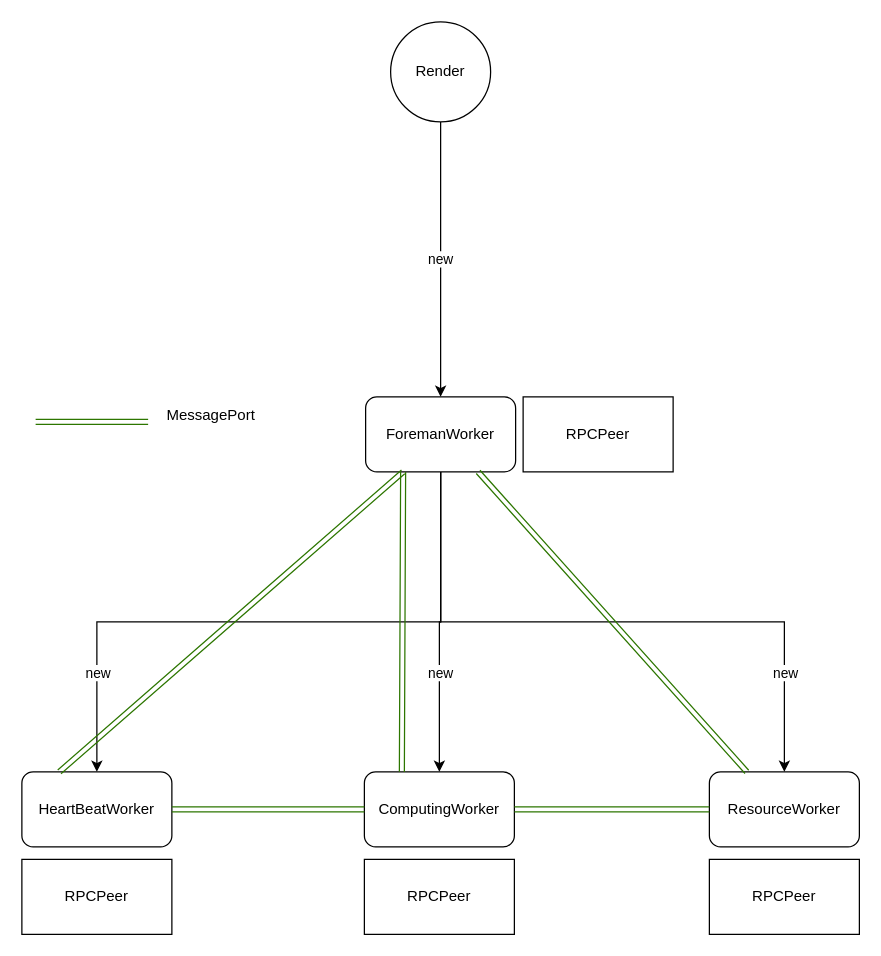
Above: page "创建结构" (1 of 2) of src/webworker.drawio in akeboshi1/phaser-test (draw.io), before the change. Source tidied: cells renumbered, new cells numbered last; positions are measured from the earlier drawing's top-left corner, leaving out a move shared by most shapes. Both pictures are drawn from the tidied source at 125%, with x=0, y=0 at pixel (21, 21).
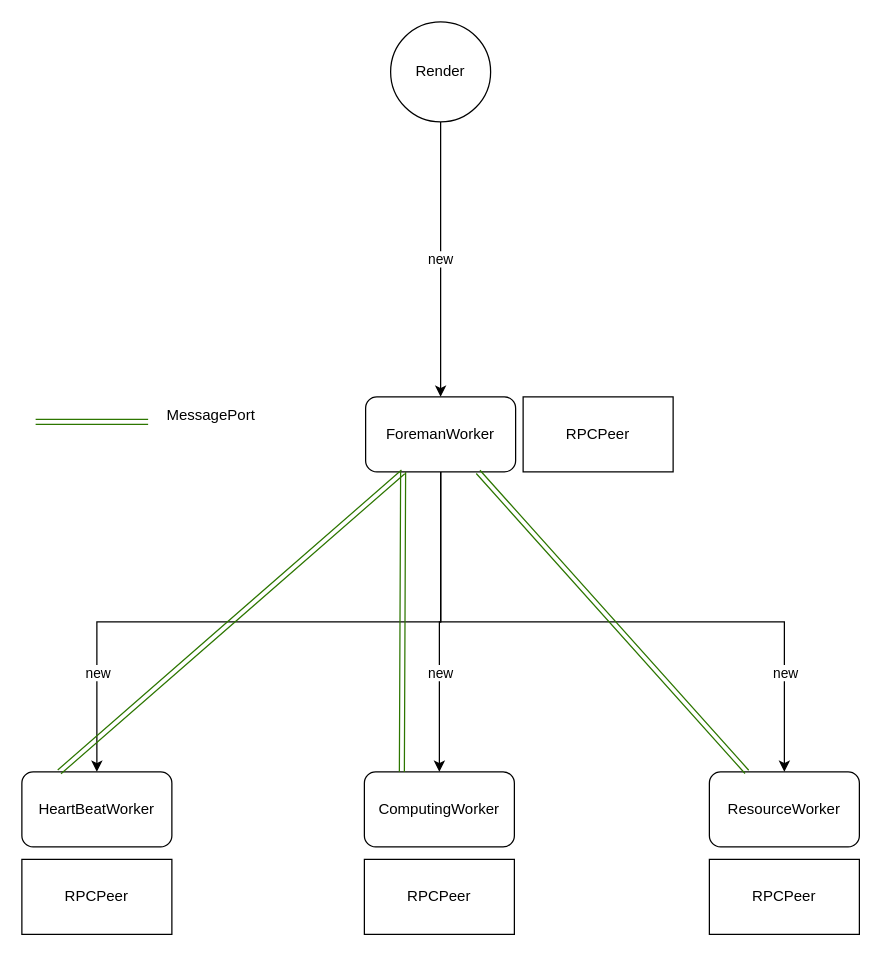
Above is the later version.

Unchanged cells that the change refers to:
```xml
<mxCell id="5" value="&lt;span&gt;HeartBeatWorker&lt;/span&gt;" style="rounded=1;whiteSpace=wrap;html=1;align=center;" parent="1" vertex="1">
  <mxGeometry y="600" width="120" height="60" as="geometry" />
</mxCell>
<mxCell id="6" value="&lt;span&gt;ComputingWorker&lt;/span&gt;" style="rounded=1;whiteSpace=wrap;html=1;align=center;" parent="1" vertex="1">
  <mxGeometry x="274" y="600" width="120" height="60" as="geometry" />
</mxCell>
<mxCell id="9" value="&lt;span&gt;ResourceWorker&lt;/span&gt;" style="rounded=1;whiteSpace=wrap;html=1;align=center;" parent="1" vertex="1">
  <mxGeometry x="550" y="600" width="120" height="60" as="geometry" />
</mxCell>
```

What changed in the source:
```diff
@@
-    <mxCell id="21" style="shape=link;html=1;entryX=0;entryY=0.5;entryDx=0;entryDy=0;exitX=1;exitY=0.5;exitDx=0;exitDy=0;fillColor=#60a917;strokeColor=#2D7600;" parent="1" edge="1" source="5" target="6">
-      <mxGeometry relative="1" as="geometry" />
-    </mxCell>
-    <mxCell id="22" style="shape=link;html=1;entryX=0;entryY=0.5;entryDx=0;entryDy=0;exitX=1;exitY=0.5;exitDx=0;exitDy=0;fillColor=#60a917;strokeColor=#2D7600;" parent="1" edge="1" source="6" target="9">
-      <mxGeometry relative="1" as="geometry" />
-    </mxCell>
```
